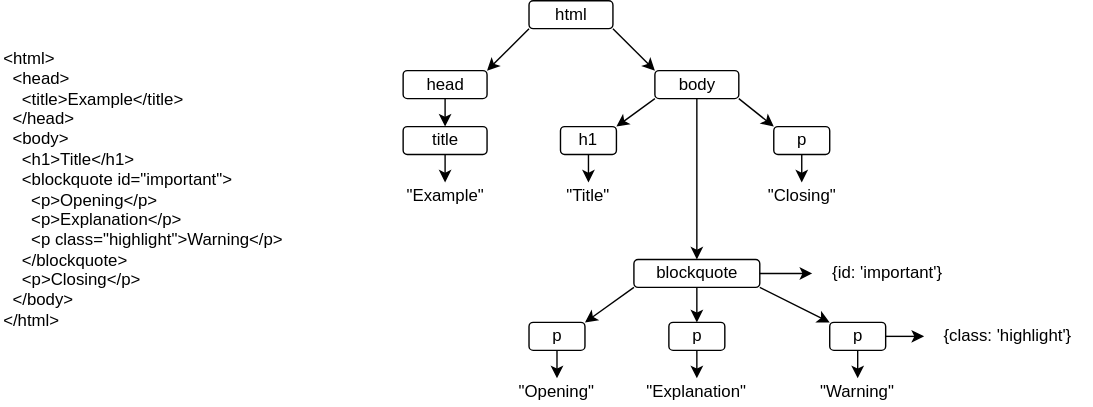
Before: sdxpy/check/dom_tree.svg, a diagram exported from draw.io (gvwilson/thirdbit). Source tidied: cells renumbered, new cells last; positions are measured from the earlier drawing's top-left corner, leaving out a move shared by most shapes.
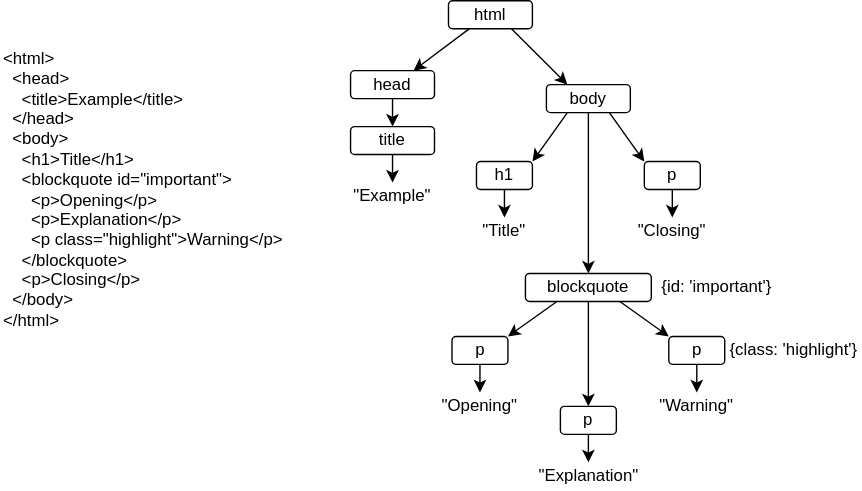
After the commit.

Change to the diagram source:
```diff
@@ -3,112 +3,106 @@
     <mxCell id="0" />
     <mxCell id="1" parent="0" />
     <mxCell id="2" value="&lt;font style=&quot;font-size: 12px;&quot;&gt;&amp;lt;html&amp;gt;&lt;br&gt;&amp;nbsp; &amp;lt;head&amp;gt;&lt;br&gt;&amp;nbsp; &amp;nbsp; &amp;lt;title&amp;gt;Example&amp;lt;/title&amp;gt;&lt;br&gt;&amp;nbsp; &amp;lt;/head&amp;gt;&lt;br&gt;&amp;nbsp; &amp;lt;body&amp;gt;&lt;br&gt;&amp;nbsp; &amp;nbsp; &amp;lt;h1&amp;gt;Title&amp;lt;/h1&amp;gt;&lt;br&gt;&amp;nbsp; &amp;nbsp; &amp;lt;blockquote id=&quot;important&quot;&amp;gt;&lt;br&gt;&amp;nbsp; &amp;nbsp; &amp;nbsp; &amp;lt;p&amp;gt;Opening&amp;lt;/p&amp;gt;&lt;br&gt;&amp;nbsp; &amp;nbsp; &amp;nbsp; &amp;lt;p&amp;gt;Explanation&amp;lt;/p&amp;gt;&lt;br&gt;&amp;nbsp; &amp;nbsp; &amp;nbsp; &amp;lt;p class=&quot;highlight&quot;&amp;gt;Warning&amp;lt;/p&amp;gt;&lt;br&gt;&amp;nbsp; &amp;nbsp; &amp;lt;/blockquote&amp;gt;&lt;br&gt;&amp;nbsp; &amp;nbsp; &amp;lt;p&amp;gt;Closing&amp;lt;/p&amp;gt;&lt;br&gt;&amp;nbsp; &amp;lt;/body&amp;gt;&lt;br&gt;&amp;lt;/html&amp;gt;&lt;br&gt;&lt;/font&gt;" style="text;html=1;strokeColor=none;fillColor=none;align=left;verticalAlign=middle;whiteSpace=wrap;rounded=0;fontFamily=Helvetica;" parent="1" vertex="1">
-      <mxGeometry width="250" height="270" as="geometry" />
+      <mxGeometry width="220" height="270" as="geometry" />
     </mxCell>
     <mxCell id="3" value="html" style="rounded=1;whiteSpace=wrap;html=1;fillColor=none;fontFamily=Helvetica;fontSize=12;strokeWidth=1;" parent="1" vertex="1">
-      <mxGeometry x="377.5" width="60" height="20" as="geometry" />
+      <mxGeometry x="320" width="60" height="20" as="geometry" />
     </mxCell>
     <mxCell id="4" value="head" style="rounded=1;whiteSpace=wrap;html=1;fillColor=none;fontFamily=Helvetica;fontSize=12;strokeWidth=1;" parent="1" vertex="1">
-      <mxGeometry x="287.5" y="50" width="60" height="20" as="geometry" />
+      <mxGeometry x="250" y="50" width="60" height="20" as="geometry" />
     </mxCell>
     <mxCell id="5" value="body" style="rounded=1;whiteSpace=wrap;html=1;fillColor=none;fontFamily=Helvetica;fontSize=12;strokeWidth=1;" parent="1" vertex="1">
-      <mxGeometry x="467.5" y="50" width="60" height="20" as="geometry" />
+      <mxGeometry x="390" y="60" width="60" height="20" as="geometry" />
     </mxCell>
-    <mxCell id="6" style="endArrow=classic;html=1;fontFamily=Helvetica;fontSize=12;entryX=1;entryY=0;entryDx=0;entryDy=0;exitX=0;exitY=1;exitDx=0;exitDy=0;strokeWidth=1;" parent="1" edge="1" source="3" target="4">
+    <mxCell id="6" style="endArrow=classic;html=1;fontFamily=Helvetica;fontSize=12;entryX=0.75;entryY=0;entryDx=0;entryDy=0;exitX=0.25;exitY=1;exitDx=0;exitDy=0;strokeWidth=1;" parent="1" edge="1" source="3" target="4">
       <mxGeometry relative="1" as="geometry" />
     </mxCell>
-    <mxCell id="7" style="endArrow=classic;html=1;fontFamily=Helvetica;fontSize=12;entryX=0;entryY=0;entryDx=0;entryDy=0;exitX=1;exitY=1;exitDx=0;exitDy=0;strokeWidth=1;" parent="1" edge="1" source="3" target="5">
+    <mxCell id="7" style="endArrow=classic;html=1;fontFamily=Helvetica;fontSize=12;entryX=0.25;entryY=0;entryDx=0;entryDy=0;exitX=0.75;exitY=1;exitDx=0;exitDy=0;strokeWidth=1;" parent="1" edge="1" source="3" target="5">
       <mxGeometry relative="1" as="geometry" />
     </mxCell>
     <mxCell id="8" style="endArrow=classic;html=1;fontFamily=Helvetica;fontSize=12;exitX=0.5;exitY=1;exitDx=0;exitDy=0;strokeWidth=1;entryX=0.5;entryY=0;entryDx=0;entryDy=0;" parent="1" edge="1" source="4" target="23">
       <mxGeometry relative="1" as="geometry" />
     </mxCell>
     <mxCell id="9" value="h1" style="rounded=1;whiteSpace=wrap;html=1;fillColor=none;fontFamily=Helvetica;fontSize=12;strokeWidth=1;" parent="1" vertex="1">
-      <mxGeometry x="400" y="90" width="40" height="20" as="geometry" />
+      <mxGeometry x="340" y="115" width="40" height="20" as="geometry" />
     </mxCell>
-    <mxCell id="10" style="endArrow=classic;html=1;fontFamily=Helvetica;fontSize=12;exitX=0;exitY=1;exitDx=0;exitDy=0;entryX=1;entryY=0;entryDx=0;entryDy=0;strokeWidth=1;" parent="1" edge="1" source="5" target="9">
+    <mxCell id="10" style="endArrow=classic;html=1;fontFamily=Helvetica;fontSize=12;exitX=0.25;exitY=1;exitDx=0;exitDy=0;entryX=1;entryY=0;entryDx=0;entryDy=0;strokeWidth=1;" parent="1" edge="1" source="5" target="9">
       <mxGeometry relative="1" as="geometry" />
     </mxCell>
     <mxCell id="11" value="blockquote" style="rounded=1;whiteSpace=wrap;html=1;fillColor=none;fontFamily=Helvetica;fontSize=12;strokeWidth=1;" parent="1" vertex="1">
-      <mxGeometry x="452.5" y="185" width="90" height="20" as="geometry" />
+      <mxGeometry x="375" y="195" width="90" height="20" as="geometry" />
     </mxCell>
     <mxCell id="12" style="endArrow=classic;html=1;fontFamily=Helvetica;fontSize=12;entryX=0.5;entryY=0;entryDx=0;entryDy=0;exitX=0.5;exitY=1;exitDx=0;exitDy=0;strokeWidth=1;" parent="1" edge="1" source="5" target="11">
       <mxGeometry relative="1" as="geometry" />
     </mxCell>
     <mxCell id="13" value="{id: 'important'}" style="text;html=1;strokeColor=none;fillColor=none;align=center;verticalAlign=middle;whiteSpace=wrap;rounded=0;fontFamily=Helvetica;fontSize=12;strokeWidth=1;" parent="1" vertex="1">
-      <mxGeometry x="580" y="185" width="107.5" height="20" as="geometry" />
+      <mxGeometry x="467.5" y="195" width="87.5" height="20" as="geometry" />
     </mxCell>
     <mxCell id="14" value="p" style="rounded=1;whiteSpace=wrap;html=1;fillColor=none;fontFamily=Helvetica;fontSize=12;strokeWidth=1;" parent="1" vertex="1">
-      <mxGeometry x="377.5" y="230" width="40" height="20" as="geometry" />
+      <mxGeometry x="322.5" y="240" width="40" height="20" as="geometry" />
     </mxCell>
     <mxCell id="15" value="p" style="rounded=1;whiteSpace=wrap;html=1;fillColor=none;fontFamily=Helvetica;fontSize=12;strokeWidth=1;" parent="1" vertex="1">
-      <mxGeometry x="477.5" y="230" width="40" height="20" as="geometry" />
+      <mxGeometry x="400" y="290" width="40" height="20" as="geometry" />
     </mxCell>
     <mxCell id="16" value="p" style="rounded=1;whiteSpace=wrap;html=1;fillColor=none;fontFamily=Helvetica;fontSize=12;strokeWidth=1;" parent="1" vertex="1">
-      <mxGeometry x="592.5" y="230" width="40" height="20" as="geometry" />
+      <mxGeometry x="477.5" y="240" width="40" height="20" as="geometry" />
     </mxCell>
-    <mxCell id="17" style="endArrow=classic;html=1;fontFamily=Helvetica;fontSize=12;exitX=0;exitY=1;exitDx=0;exitDy=0;entryX=1;entryY=0;entryDx=0;entryDy=0;strokeWidth=1;" parent="1" edge="1" source="11" target="14">
+    <mxCell id="17" style="endArrow=classic;html=1;fontFamily=Helvetica;fontSize=12;exitX=0.25;exitY=1;exitDx=0;exitDy=0;entryX=1;entryY=0;entryDx=0;entryDy=0;strokeWidth=1;" parent="1" edge="1" source="11" target="14">
       <mxGeometry relative="1" as="geometry" />
     </mxCell>
     <mxCell id="18" style="endArrow=classic;html=1;fontFamily=Helvetica;fontSize=12;exitX=0.5;exitY=1;exitDx=0;exitDy=0;entryX=0.5;entryY=0;entryDx=0;entryDy=0;strokeWidth=1;" parent="1" edge="1" source="11" target="15">
       <mxGeometry relative="1" as="geometry" />
     </mxCell>
-    <mxCell id="19" style="endArrow=classic;html=1;fontFamily=Helvetica;fontSize=12;entryX=0;entryY=0;entryDx=0;entryDy=0;exitX=1;exitY=1;exitDx=0;exitDy=0;strokeWidth=1;" parent="1" edge="1" source="11" target="16">
+    <mxCell id="19" style="endArrow=classic;html=1;fontFamily=Helvetica;fontSize=12;entryX=0;entryY=0;entryDx=0;entryDy=0;exitX=0.75;exitY=1;exitDx=0;exitDy=0;strokeWidth=1;" parent="1" edge="1" source="11" target="16">
       <mxGeometry relative="1" as="geometry" />
     </mxCell>
     <mxCell id="20" value="{class: 'highlight'}" style="text;html=1;strokeColor=none;fillColor=none;align=center;verticalAlign=middle;whiteSpace=wrap;rounded=0;fontFamily=Helvetica;fontSize=12;strokeWidth=1;" parent="1" vertex="1">
-      <mxGeometry x="660" y="230" width="120" height="20" as="geometry" />
+      <mxGeometry x="517.5" y="240" width="97.5" height="20" as="geometry" />
     </mxCell>
     <mxCell id="21" value="p" style="rounded=1;whiteSpace=wrap;html=1;fillColor=none;fontFamily=Helvetica;fontSize=12;strokeWidth=1;" parent="1" vertex="1">
-      <mxGeometry x="552.5" y="90" width="40" height="20" as="geometry" />
+      <mxGeometry x="460" y="115" width="40" height="20" as="geometry" />
     </mxCell>
-    <mxCell id="22" style="endArrow=classic;html=1;fontFamily=Helvetica;fontSize=12;exitX=1;exitY=1;exitDx=0;exitDy=0;entryX=0;entryY=0;entryDx=0;entryDy=0;strokeWidth=1;" parent="1" edge="1" source="5" target="21">
+    <mxCell id="22" style="endArrow=classic;html=1;fontFamily=Helvetica;fontSize=12;exitX=0.75;exitY=1;exitDx=0;exitDy=0;entryX=0;entryY=0;entryDx=0;entryDy=0;strokeWidth=1;" parent="1" edge="1" source="5" target="21">
       <mxGeometry relative="1" as="geometry" />
     </mxCell>
     <mxCell id="23" value="title" style="rounded=1;whiteSpace=wrap;html=1;fillColor=none;fontFamily=Helvetica;fontSize=12;strokeWidth=1;" parent="1" vertex="1">
-      <mxGeometry x="287.5" y="90" width="60" height="20" as="geometry" />
+      <mxGeometry x="250" y="90" width="60" height="20" as="geometry" />
     </mxCell>
     <mxCell id="24" value="&quot;Example&quot;" style="text;html=1;strokeColor=none;fillColor=none;align=center;verticalAlign=middle;whiteSpace=wrap;rounded=0;fontFamily=Helvetica;fontSize=12;strokeWidth=1;" parent="1" vertex="1">
-      <mxGeometry x="277.5" y="130" width="80" height="20" as="geometry" />
+      <mxGeometry x="240" y="130" width="80" height="20" as="geometry" />
     </mxCell>
     <mxCell id="25" style="endArrow=classic;html=1;fontFamily=Helvetica;fontSize=12;strokeWidth=1;exitX=0.5;exitY=1;exitDx=0;exitDy=0;entryX=0.5;entryY=0;entryDx=0;entryDy=0;" parent="1" edge="1" source="23" target="24">
       <mxGeometry relative="1" as="geometry" />
     </mxCell>
     <mxCell id="26" value="&quot;Title&quot;" style="text;html=1;strokeColor=none;fillColor=none;align=center;verticalAlign=middle;whiteSpace=wrap;rounded=0;fontFamily=Helvetica;fontSize=12;strokeWidth=1;" parent="1" vertex="1">
-      <mxGeometry x="390" y="130" width="60" height="20" as="geometry" />
+      <mxGeometry x="330" y="155" width="60" height="20" as="geometry" />
     </mxCell>
     <mxCell id="27" style="endArrow=classic;html=1;fontFamily=Helvetica;fontSize=12;exitX=0.5;exitY=1;exitDx=0;exitDy=0;strokeWidth=1;entryX=0.5;entryY=0;entryDx=0;entryDy=0;" parent="1" edge="1" source="9" target="26">
       <mxGeometry relative="1" as="geometry" />
     </mxCell>
     <mxCell id="28" value="&quot;Opening&quot;" style="text;html=1;strokeColor=none;fillColor=none;align=center;verticalAlign=middle;whiteSpace=wrap;rounded=0;fontFamily=Helvetica;fontSize=12;strokeWidth=1;" parent="1" vertex="1">
-      <mxGeometry x="350" y="270" width="95" height="20" as="geometry" />
+      <mxGeometry x="295" y="280" width="95" height="20" as="geometry" />
     </mxCell>
     <mxCell id="29" value="&quot;Explanation&quot;" style="text;html=1;strokeColor=none;fillColor=none;align=center;verticalAlign=middle;whiteSpace=wrap;rounded=0;fontFamily=Helvetica;fontSize=12;strokeWidth=1;" parent="1" vertex="1">
-      <mxGeometry x="450" y="270" width="95" height="20" as="geometry" />
+      <mxGeometry x="372.5" y="330" width="95" height="20" as="geometry" />
     </mxCell>
-    <mxCell id="30" style="endArrow=classic;html=1;fontFamily=Helvetica;fontSize=12;strokeWidth=1;entryX=0.5;entryY=0;entryDx=0;entryDy=0;exitX=0.5;exitY=1;exitDx=0;exitDy=0;" parent="1" edge="1" source="14" target="28">
+    <mxCell id="30" style="endArrow=classic;html=1;fontFamily=Helvetica;fontSize=12;strokeWidth=1;exitX=0.5;exitY=1;exitDx=0;exitDy=0;entryX=0.5;entryY=0;entryDx=0;entryDy=0;" parent="1" edge="1" source="14" target="28">
       <mxGeometry relative="1" as="geometry" />
     </mxCell>
     <mxCell id="31" style="endArrow=classic;html=1;fontFamily=Helvetica;fontSize=12;strokeWidth=1;entryX=0.5;entryY=0;entryDx=0;entryDy=0;exitX=0.5;exitY=1;exitDx=0;exitDy=0;" parent="1" edge="1" source="15" target="29">
       <mxGeometry relative="1" as="geometry" />
     </mxCell>
     <mxCell id="32" value="&quot;Warning&quot;" style="text;html=1;strokeColor=none;fillColor=none;align=center;verticalAlign=middle;whiteSpace=wrap;rounded=0;fontFamily=Helvetica;fontSize=12;strokeWidth=1;" parent="1" vertex="1">
-      <mxGeometry x="565" y="270" width="95" height="20" as="geometry" />
+      <mxGeometry x="450" y="280" width="95" height="20" as="geometry" />
     </mxCell>
     <mxCell id="33" style="endArrow=classic;html=1;fontFamily=Helvetica;fontSize=12;strokeWidth=1;entryX=0.5;entryY=0;entryDx=0;entryDy=0;exitX=0.5;exitY=1;exitDx=0;exitDy=0;" parent="1" edge="1" source="16" target="32">
       <mxGeometry relative="1" as="geometry" />
     </mxCell>
     <mxCell id="34" value="&quot;Closing&quot;" style="text;html=1;strokeColor=none;fillColor=none;align=center;verticalAlign=middle;whiteSpace=wrap;rounded=0;fontFamily=Helvetica;fontSize=12;strokeWidth=1;" parent="1" vertex="1">
-      <mxGeometry x="532.5" y="130" width="80" height="20" as="geometry" />
+      <mxGeometry x="440" y="155" width="80" height="20" as="geometry" />
     </mxCell>
     <mxCell id="35" style="endArrow=classic;html=1;fontFamily=Helvetica;fontSize=12;exitX=0.5;exitY=1;exitDx=0;exitDy=0;strokeWidth=1;entryX=0.5;entryY=0;entryDx=0;entryDy=0;" parent="1" edge="1" source="21" target="34">
       <mxGeometry relative="1" as="geometry" />
     </mxCell>
-    <mxCell id="36" style="endArrow=classic;html=1;rounded=0;entryX=0;entryY=0.5;entryDx=0;entryDy=0;exitX=1;exitY=0.5;exitDx=0;exitDy=0;" parent="1" edge="1" source="11" target="13">
-      <mxGeometry relative="1" as="geometry" />
-    </mxCell>
-    <mxCell id="37" style="endArrow=classic;html=1;rounded=0;entryX=0;entryY=0.5;entryDx=0;entryDy=0;exitX=1;exitY=0.5;exitDx=0;exitDy=0;" parent="1" edge="1" source="16" target="20">
-      <mxGeometry relative="1" as="geometry" />
-    </mxCell>
   </root>
 </mxGraphModel>
```
